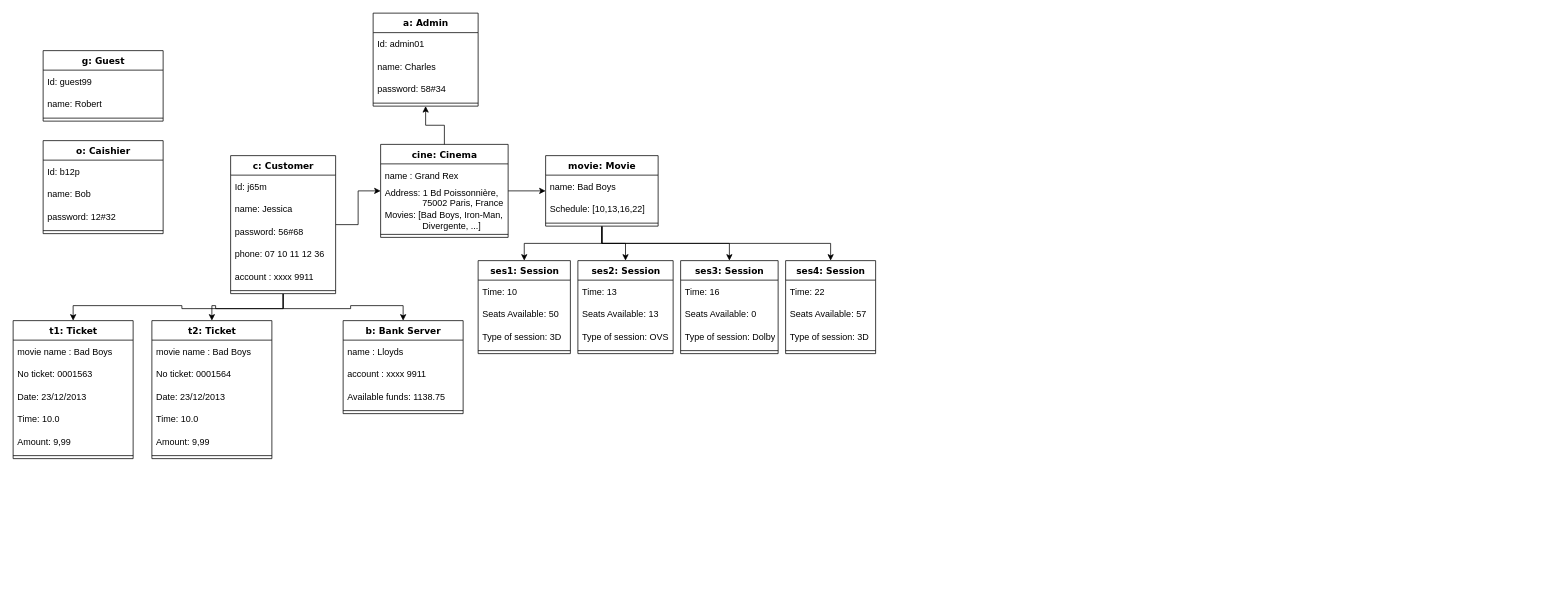
The draw.io diagram Diagramme object Movie Ticket Booking System.drawio in Melydgt/Draw-io-UML-England, before the edit. Source tidied: cells renumbered, new cells numbered last; positions are measured from the earlier drawing's top-left corner, leaving out a move shared by most shapes. Both pictures are drawn from the tidied source at 75%, with x=0, y=0 at pixel (13, 13).
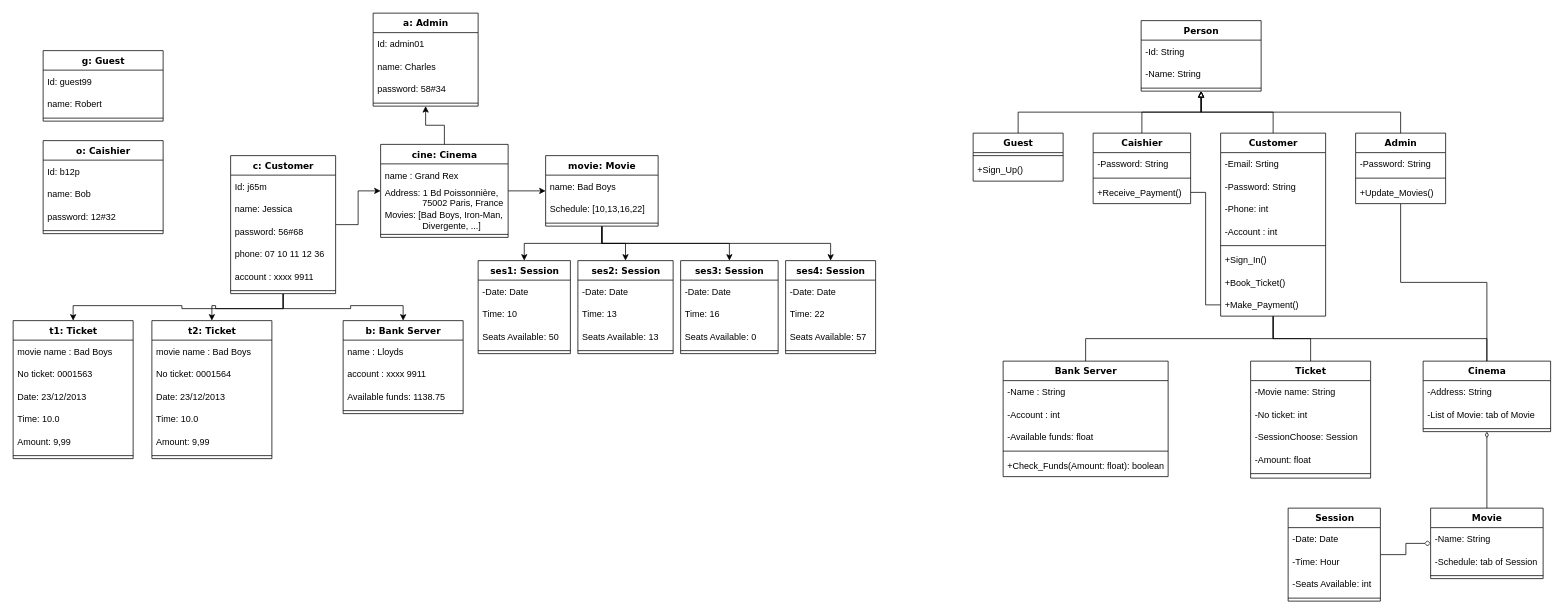
The same page after the edit.

Commit message (it also covers changes not shown here):
Mettre à jour Diagramme object Movie Ticket Booking System.drawio

Unchanged cells that the change refers to:
```xml
<mxCell id="56" value="ses1: Session" style="swimlane;html=1;fontStyle=1;align=center;verticalAlign=top;horizontal=1;startSize=26;swimlaneFillColor=#ffffff;rounded=0;shadow=0;comic=0;labelBackgroundColor=none;strokeWidth=1;fillColor=none;fontFamily=Verdana;fontSize=12;" parent="1" vertex="1">
  <mxGeometry x="620" y="330" width="123" height="124" as="geometry" />
</mxCell>
<mxCell id="66" value="ses2: Session" style="swimlane;html=1;fontStyle=1;align=center;verticalAlign=top;horizontal=1;startSize=26;swimlaneFillColor=#ffffff;rounded=0;shadow=0;comic=0;labelBackgroundColor=none;strokeWidth=1;fillColor=none;fontFamily=Verdana;fontSize=12;" parent="1" vertex="1">
  <mxGeometry x="753" y="330" width="127" height="124" as="geometry" />
</mxCell>
<mxCell id="71" value="ses3: Session" style="swimlane;html=1;fontStyle=1;align=center;verticalAlign=top;horizontal=1;startSize=26;swimlaneFillColor=#ffffff;rounded=0;shadow=0;comic=0;labelBackgroundColor=none;strokeWidth=1;fillColor=none;fontFamily=Verdana;fontSize=12;" parent="1" vertex="1">
  <mxGeometry x="890" y="330" width="130" height="124" as="geometry" />
</mxCell>
<mxCell id="76" value="ses4: Session" style="swimlane;html=1;fontStyle=1;align=center;verticalAlign=top;horizontal=1;startSize=26;swimlaneFillColor=#ffffff;rounded=0;shadow=0;comic=0;labelBackgroundColor=none;strokeWidth=1;fillColor=none;fontFamily=Verdana;fontSize=12;" parent="1" vertex="1">
  <mxGeometry x="1030" y="330" width="120" height="124" as="geometry" />
</mxCell>
```

Change to the diagram source:
```diff
@@
+    <mxCell id="81" value="-Date: Date" style="text;strokeColor=none;fillColor=none;align=left;verticalAlign=middle;spacingLeft=4;spacingRight=4;overflow=hidden;" parent="56" vertex="1">
+      <mxGeometry y="26" width="123" height="30" as="geometry" />
+    </mxCell>
     <mxCell id="57" value="Time: 10" style="text;strokeColor=none;fillColor=none;align=left;verticalAlign=middle;spacingLeft=4;spacingRight=4;overflow=hidden;" parent="56" vertex="1">
-      <mxGeometry y="26" width="123" height="30" as="geometry" />
+      <mxGeometry y="56" width="123" height="30" as="geometry" />
     </mxCell>
     <mxCell id="58" value="Seats Available: 50" style="text;strokeColor=none;fillColor=none;align=left;verticalAlign=middle;spacingLeft=4;spacingRight=4;overflow=hidden;" parent="56" vertex="1">
-      <mxGeometry y="56" width="123" height="30" as="geometry" />
+      <mxGeometry y="86" width="123" height="30" as="geometry" />
     </mxCell>
-    <mxCell id="59" value="Type of session: 3D" style="text;strokeColor=none;fillColor=none;align=left;verticalAlign=middle;spacingLeft=4;spacingRight=4;overflow=hidden;" parent="56" vertex="1">
-      <mxGeometry y="86" width="123" height="30" as="geometry" />
-    </mxCell>
@@
+    <mxCell id="69" value="-Date: Date" style="text;strokeColor=none;fillColor=none;align=left;verticalAlign=middle;spacingLeft=4;spacingRight=4;overflow=hidden;" parent="66" vertex="1">
+      <mxGeometry y="26" width="127" height="30" as="geometry" />
+    </mxCell>
     <mxCell id="67" value="Time: 13" style="text;strokeColor=none;fillColor=none;align=left;verticalAlign=middle;spacingLeft=4;spacingRight=4;overflow=hidden;" parent="66" vertex="1">
-      <mxGeometry y="26" width="127" height="30" as="geometry" />
+      <mxGeometry y="56" width="127" height="30" as="geometry" />
     </mxCell>
     <mxCell id="68" value="Seats Available: 13" style="text;strokeColor=none;fillColor=none;align=left;verticalAlign=middle;spacingLeft=4;spacingRight=4;overflow=hidden;" parent="66" vertex="1">
-      <mxGeometry y="56" width="127" height="30" as="geometry" />
+      <mxGeometry y="86" width="127" height="30" as="geometry" />
     </mxCell>
-    <mxCell id="69" value="Type of session: OVS" style="text;strokeColor=none;fillColor=none;align=left;verticalAlign=middle;spacingLeft=4;spacingRight=4;overflow=hidden;" parent="66" vertex="1">
-      <mxGeometry y="86" width="127" height="30" as="geometry" />
-    </mxCell>
@@
+    <mxCell id="74" value="-Date: Date" style="text;strokeColor=none;fillColor=none;align=left;verticalAlign=middle;spacingLeft=4;spacingRight=4;overflow=hidden;" parent="71" vertex="1">
+      <mxGeometry y="26" width="130" height="30" as="geometry" />
+    </mxCell>
     <mxCell id="72" value="Time: 16" style="text;strokeColor=none;fillColor=none;align=left;verticalAlign=middle;spacingLeft=4;spacingRight=4;overflow=hidden;" parent="71" vertex="1">
-      <mxGeometry y="26" width="130" height="30" as="geometry" />
+      <mxGeometry y="56" width="130" height="30" as="geometry" />
     </mxCell>
     <mxCell id="73" value="Seats Available: 0" style="text;strokeColor=none;fillColor=none;align=left;verticalAlign=middle;spacingLeft=4;spacingRight=4;overflow=hidden;" parent="71" vertex="1">
-      <mxGeometry y="56" width="130" height="30" as="geometry" />
+      <mxGeometry y="86" width="130" height="30" as="geometry" />
     </mxCell>
-    <mxCell id="74" value="Type of session: Dolby" style="text;strokeColor=none;fillColor=none;align=left;verticalAlign=middle;spacingLeft=4;spacingRight=4;overflow=hidden;" parent="71" vertex="1">
-      <mxGeometry y="86" width="130" height="30" as="geometry" />
-    </mxCell>
@@
+    <mxCell id="79" value="-Date: Date" style="text;strokeColor=none;fillColor=none;align=left;verticalAlign=middle;spacingLeft=4;spacingRight=4;overflow=hidden;" parent="76" vertex="1">
+      <mxGeometry y="26" width="120" height="30" as="geometry" />
+    </mxCell>
     <mxCell id="77" value="Time: 22" style="text;strokeColor=none;fillColor=none;align=left;verticalAlign=middle;spacingLeft=4;spacingRight=4;overflow=hidden;" parent="76" vertex="1">
-      <mxGeometry y="26" width="120" height="30" as="geometry" />
+      <mxGeometry y="56" width="120" height="30" as="geometry" />
     </mxCell>
     <mxCell id="78" value="Seats Available: 57" style="text;strokeColor=none;fillColor=none;align=left;verticalAlign=middle;spacingLeft=4;spacingRight=4;overflow=hidden;" parent="76" vertex="1">
-      <mxGeometry y="56" width="120" height="30" as="geometry" />
+      <mxGeometry y="86" width="120" height="30" as="geometry" />
     </mxCell>
-    <mxCell id="79" value="Type of session: 3D" style="text;strokeColor=none;fillColor=none;align=left;verticalAlign=middle;spacingLeft=4;spacingRight=4;overflow=hidden;" parent="76" vertex="1">
-      <mxGeometry y="86" width="120" height="30" as="geometry" />
-    </mxCell>
@@
+    <mxCell id="82" style="edgeStyle=elbowEdgeStyle;rounded=0;jettySize=auto;html=1;endArrow=none;endFill=0;elbow=vertical;" parent="1" edge="1" source="86" target="108">
+      <mxGeometry relative="1" as="geometry" />
+    </mxCell>
+    <mxCell id="83" style="edgeStyle=elbowEdgeStyle;rounded=0;jettySize=auto;html=1;endArrow=none;endFill=0;elbow=vertical;" parent="1" edge="1" source="86" target="95">
+      <mxGeometry relative="1" as="geometry" />
+    </mxCell>
+    <mxCell id="84" style="edgeStyle=elbowEdgeStyle;rounded=0;jettySize=auto;html=1;endArrow=block;endFill=0;elbow=vertical;" parent="1" edge="1" source="86" target="138">
+      <mxGeometry relative="1" as="geometry" />
+    </mxCell>
+    <mxCell id="85" style="edgeStyle=elbowEdgeStyle;rounded=0;jettySize=auto;html=1;entryX=1;entryY=0.5;entryDx=0;entryDy=0;strokeWidth=1;startArrow=none;startFill=0;endArrow=none;endFill=0;exitX=0;exitY=0.5;exitDx=0;exitDy=0;" parent="1" edge="1" source="94" target="137">
+      <mxGeometry relative="1" as="geometry" />
+    </mxCell>
+    <mxCell id="86" value="Customer" style="swimlane;html=1;fontStyle=1;align=center;verticalAlign=top;horizontal=1;startSize=26;swimlaneFillColor=#ffffff;rounded=0;shadow=0;comic=0;labelBackgroundColor=none;strokeWidth=1;fillColor=none;fontFamily=Verdana;fontSize=12;" parent="1" vertex="1">
+      <mxGeometry x="1610" y="160" width="140" height="244" as="geometry" />
+    </mxCell>
+    <mxCell id="87" value="-Email: Srting" style="text;strokeColor=none;fillColor=none;align=left;verticalAlign=middle;spacingLeft=4;spacingRight=4;overflow=hidden;" parent="86" vertex="1">
+      <mxGeometry y="26" width="140" height="30" as="geometry" />
+    </mxCell>
+    <mxCell id="88" value="-Password: String" style="text;strokeColor=none;fillColor=none;align=left;verticalAlign=middle;spacingLeft=4;spacingRight=4;overflow=hidden;" parent="86" vertex="1">
+      <mxGeometry y="56" width="140" height="30" as="geometry" />
+    </mxCell>
+    <mxCell id="89" value="-Phone: int" style="text;strokeColor=none;fillColor=none;align=left;verticalAlign=middle;spacingLeft=4;spacingRight=4;overflow=hidden;" parent="86" vertex="1">
+      <mxGeometry y="86" width="140" height="30" as="geometry" />
+    </mxCell>
+    <mxCell id="90" value="-Account : int" style="text;strokeColor=none;fillColor=none;align=left;verticalAlign=middle;spacingLeft=4;spacingRight=4;overflow=hidden;" parent="86" vertex="1">
+      <mxGeometry y="116" width="140" height="30" as="geometry" />
+    </mxCell>
+    <mxCell id="91" style="line;html=1;strokeWidth=1;fillColor=none;align=left;verticalAlign=middle;spacingTop=-1;spacingLeft=3;spacingRight=3;labelPosition=right;" parent="86" vertex="1">
+      <mxGeometry y="146" width="140" height="8" as="geometry" />
+    </mxCell>
+    <mxCell id="92" value="+Sign_In()" style="text;strokeColor=none;fillColor=none;align=left;verticalAlign=middle;spacingLeft=4;spacingRight=4;overflow=hidden;" parent="86" vertex="1">
+      <mxGeometry y="154" width="140" height="30" as="geometry" />
+    </mxCell>
+    <mxCell id="93" value="+Book_Ticket()" style="text;strokeColor=none;fillColor=none;align=left;verticalAlign=middle;spacingLeft=4;spacingRight=4;overflow=hidden;" parent="86" vertex="1">
+      <mxGeometry y="184" width="140" height="30" as="geometry" />
+    </mxCell>
+    <mxCell id="94" value="+Make_Payment()" style="text;strokeColor=none;fillColor=none;align=left;verticalAlign=middle;spacingLeft=4;spacingRight=4;overflow=hidden;points=[[0,0.5],[1,0.5]];portConstraint=eastwest;" parent="86" vertex="1">
+      <mxGeometry y="214" width="140" height="30" as="geometry" />
+    </mxCell>
+    <mxCell id="95" value="Ticket" style="swimlane;html=1;fontStyle=1;align=center;verticalAlign=top;horizontal=1;startSize=26;swimlaneFillColor=#ffffff;rounded=0;shadow=0;comic=0;labelBackgroundColor=none;strokeWidth=1;fillColor=none;fontFamily=Verdana;fontSize=12;" parent="1" vertex="1">
+      <mxGeometry x="1650" y="464" width="160" height="156" as="geometry" />
+    </mxCell>
+    <mxCell id="96" value="-Movie name: String" style="text;strokeColor=none;fillColor=none;align=left;verticalAlign=middle;spacingLeft=4;spacingRight=4;overflow=hidden;" parent="95" vertex="1">
+      <mxGeometry y="26" width="160" height="30" as="geometry" />
+    </mxCell>
+    <mxCell id="97" value="-No ticket: int" style="text;strokeColor=none;fillColor=none;align=left;verticalAlign=middle;spacingLeft=4;spacingRight=4;overflow=hidden;" parent="95" vertex="1">
+      <mxGeometry y="56" width="160" height="30" as="geometry" />
+    </mxCell>
+    <mxCell id="98" value="-SessionChoose: Session" style="text;strokeColor=none;fillColor=none;align=left;verticalAlign=middle;spacingLeft=4;spacingRight=4;overflow=hidden;" parent="95" vertex="1">
+      <mxGeometry y="86" width="160" height="30" as="geometry" />
+    </mxCell>
+    <mxCell id="99" value="-Amount: float" style="text;strokeColor=none;fillColor=none;align=left;verticalAlign=middle;spacingLeft=4;spacingRight=4;overflow=hidden;" parent="95" vertex="1">
+      <mxGeometry y="116" width="160" height="30" as="geometry" />
+    </mxCell>
+    <mxCell id="100" style="line;html=1;strokeWidth=1;fillColor=none;align=left;verticalAlign=middle;spacingTop=-1;spacingLeft=3;spacingRight=3;labelPosition=right;" parent="95" vertex="1">
+      <mxGeometry y="146" width="160" height="8" as="geometry" />
+    </mxCell>
+    <mxCell id="101" style="edgeStyle=elbowEdgeStyle;rounded=0;jettySize=auto;html=1;endArrow=none;endFill=0;elbow=vertical;" parent="1" edge="1" source="102" target="86">
+      <mxGeometry relative="1" as="geometry" />
+    </mxCell>
+    <mxCell id="102" value="Bank Server" style="swimlane;html=1;fontStyle=1;align=center;verticalAlign=top;horizontal=1;startSize=26;swimlaneFillColor=#ffffff;rounded=0;shadow=0;comic=0;labelBackgroundColor=none;strokeWidth=1;fillColor=none;fontFamily=Verdana;fontSize=12;" parent="1" vertex="1">
+      <mxGeometry x="1320" y="464" width="220" height="154" as="geometry" />
+    </mxCell>
+    <mxCell id="103" value="-Name : String" style="text;strokeColor=none;fillColor=none;align=left;verticalAlign=middle;spacingLeft=4;spacingRight=4;overflow=hidden;" parent="102" vertex="1">
+      <mxGeometry y="26" width="220" height="30" as="geometry" />
+    </mxCell>
+    <mxCell id="104" value="-Account : int" style="text;strokeColor=none;fillColor=none;align=left;verticalAlign=middle;spacingLeft=4;spacingRight=4;overflow=hidden;" parent="102" vertex="1">
+      <mxGeometry y="56" width="220" height="30" as="geometry" />
+    </mxCell>
+    <mxCell id="105" value="-Available funds: float" style="text;strokeColor=none;fillColor=none;align=left;verticalAlign=middle;spacingLeft=4;spacingRight=4;overflow=hidden;" parent="102" vertex="1">
+      <mxGeometry y="86" width="220" height="30" as="geometry" />
+    </mxCell>
+    <mxCell id="106" style="line;html=1;strokeWidth=1;fillColor=none;align=left;verticalAlign=middle;spacingTop=-1;spacingLeft=3;spacingRight=3;labelPosition=right;" parent="102" vertex="1">
+      <mxGeometry y="116" width="220" height="8" as="geometry" />
+    </mxCell>
+    <mxCell id="107" value="+Check_Funds(Amount: float): boolean" style="text;strokeColor=none;fillColor=none;align=left;verticalAlign=middle;spacingLeft=4;spacingRight=4;overflow=hidden;" parent="102" vertex="1">
+      <mxGeometry y="124" width="220" height="30" as="geometry" />
+    </mxCell>
+    <mxCell id="108" value="Cinema" style="swimlane;html=1;fontStyle=1;align=center;verticalAlign=top;horizontal=1;startSize=26;swimlaneFillColor=#ffffff;rounded=0;shadow=0;comic=0;labelBackgroundColor=none;strokeWidth=1;fillColor=none;fontFamily=Verdana;fontSize=12;" parent="1" vertex="1">
+      <mxGeometry x="1880" y="464" width="170" height="94" as="geometry" />
+    </mxCell>
+    <mxCell id="109" value="-Address: String" style="text;strokeColor=none;fillColor=none;align=left;verticalAlign=middle;spacingLeft=4;spacingRight=4;overflow=hidden;" parent="108" vertex="1">
+      <mxGeometry y="26" width="170" height="30" as="geometry" />
+    </mxCell>
+    <mxCell id="110" value="-List of Movie: tab of Movie" style="text;strokeColor=none;fillColor=none;align=left;verticalAlign=middle;spacingLeft=4;spacingRight=4;overflow=hidden;" parent="108" vertex="1">
+      <mxGeometry y="56" width="170" height="30" as="geometry" />
+    </mxCell>
+    <mxCell id="111" style="line;html=1;strokeWidth=1;fillColor=none;align=left;verticalAlign=middle;spacingTop=-1;spacingLeft=3;spacingRight=3;labelPosition=right;" parent="108" vertex="1">
+      <mxGeometry y="86" width="170" height="8" as="geometry" />
+    </mxCell>
+    <mxCell id="112" style="edgeStyle=elbowEdgeStyle;rounded=0;jettySize=auto;html=1;endArrow=block;endFill=0;elbow=vertical;" parent="1" edge="1" source="113" target="138">
+      <mxGeometry relative="1" as="geometry" />
+    </mxCell>
+    <mxCell id="113" value="Guest" style="swimlane;html=1;fontStyle=1;align=center;verticalAlign=top;horizontal=1;startSize=26;swimlaneFillColor=#ffffff;rounded=0;shadow=0;comic=0;labelBackgroundColor=none;strokeWidth=1;fillColor=none;fontFamily=Verdana;fontSize=12;" parent="1" vertex="1">
+      <mxGeometry x="1280" y="160" width="120" height="64" as="geometry" />
+    </mxCell>
+    <mxCell id="114" style="line;html=1;strokeWidth=1;fillColor=none;align=left;verticalAlign=middle;spacingTop=-1;spacingLeft=3;spacingRight=3;labelPosition=right;" parent="113" vertex="1">
+      <mxGeometry y="26" width="120" height="8" as="geometry" />
+    </mxCell>
+    <mxCell id="115" value="+Sign_Up()" style="text;strokeColor=none;fillColor=none;align=left;verticalAlign=middle;spacingLeft=4;spacingRight=4;overflow=hidden;" parent="113" vertex="1">
+      <mxGeometry y="34" width="120" height="30" as="geometry" />
+    </mxCell>
+    <mxCell id="116" style="edgeStyle=elbowEdgeStyle;rounded=0;jettySize=auto;html=1;endArrow=block;endFill=0;elbow=vertical;" parent="1" edge="1" source="118" target="138">
+      <mxGeometry relative="1" as="geometry" />
+    </mxCell>
+    <mxCell id="117" style="edgeStyle=elbowEdgeStyle;rounded=0;jettySize=auto;elbow=vertical;html=1;endArrow=none;endFill=0;" parent="1" edge="1" source="118" target="108">
+      <mxGeometry relative="1" as="geometry" />
+    </mxCell>
+    <mxCell id="118" value="Admin" style="swimlane;html=1;fontStyle=1;align=center;verticalAlign=top;horizontal=1;startSize=26;swimlaneFillColor=#ffffff;rounded=0;shadow=0;comic=0;labelBackgroundColor=none;strokeWidth=1;fillColor=none;fontFamily=Verdana;fontSize=12;" parent="1" vertex="1">
+      <mxGeometry x="1790" y="160" width="120" height="94" as="geometry" />
+    </mxCell>
+    <mxCell id="119" value="-Password: String" style="text;strokeColor=none;fillColor=none;align=left;verticalAlign=middle;spacingLeft=4;spacingRight=4;overflow=hidden;" parent="118" vertex="1">
+      <mxGeometry y="26" width="120" height="30" as="geometry" />
+    </mxCell>
+    <mxCell id="120" style="line;html=1;strokeWidth=1;fillColor=none;align=left;verticalAlign=middle;spacingTop=-1;spacingLeft=3;spacingRight=3;labelPosition=right;" parent="118" vertex="1">
+      <mxGeometry y="56" width="120" height="8" as="geometry" />
+    </mxCell>
+    <mxCell id="121" value="+Update_Movies()" style="text;strokeColor=none;fillColor=none;align=left;verticalAlign=middle;spacingLeft=4;spacingRight=4;overflow=hidden;" parent="118" vertex="1">
+      <mxGeometry y="64" width="120" height="30" as="geometry" />
+    </mxCell>
+    <mxCell id="122" style="rounded=0;jettySize=auto;html=1;endArrow=none;endFill=0;startArrow=diamond;startFill=0;edgeStyle=elbowEdgeStyle;" parent="1" edge="1" source="124" target="128">
+      <mxGeometry relative="1" as="geometry" />
+    </mxCell>
+    <mxCell id="123" style="edgeStyle=elbowEdgeStyle;rounded=0;jettySize=auto;html=1;startArrow=none;startFill=0;endArrow=diamondThin;endFill=0;strokeWidth=1;" parent="1" edge="1" source="124" target="108">
+      <mxGeometry relative="1" as="geometry" />
+    </mxCell>
+    <mxCell id="124" value="Movie" style="swimlane;html=1;fontStyle=1;align=center;verticalAlign=top;horizontal=1;startSize=26;swimlaneFillColor=#ffffff;rounded=0;shadow=0;comic=0;labelBackgroundColor=none;strokeWidth=1;fillColor=none;fontFamily=Verdana;fontSize=12;" parent="1" vertex="1">
+      <mxGeometry x="1890" y="660" width="150" height="94" as="geometry" />
+    </mxCell>
+    <mxCell id="125" value="-Name: String" style="text;strokeColor=none;fillColor=none;align=left;verticalAlign=middle;spacingLeft=4;spacingRight=4;overflow=hidden;" parent="124" vertex="1">
+      <mxGeometry y="26" width="150" height="30" as="geometry" />
+    </mxCell>
+    <mxCell id="126" value="-Schedule: tab of Session" style="text;strokeColor=none;fillColor=none;align=left;verticalAlign=middle;spacingLeft=4;spacingRight=4;overflow=hidden;" parent="124" vertex="1">
+      <mxGeometry y="56" width="150" height="30" as="geometry" />
+    </mxCell>
+    <mxCell id="127" style="line;html=1;strokeWidth=1;fillColor=none;align=left;verticalAlign=middle;spacingTop=-1;spacingLeft=3;spacingRight=3;labelPosition=right;" parent="124" vertex="1">
+      <mxGeometry y="86" width="150" height="8" as="geometry" />
+    </mxCell>
+    <mxCell id="128" value="Session" style="swimlane;html=1;fontStyle=1;align=center;verticalAlign=top;horizontal=1;startSize=26;swimlaneFillColor=#ffffff;rounded=0;shadow=0;comic=0;labelBackgroundColor=none;strokeWidth=1;fillColor=none;fontFamily=Verdana;fontSize=12;" parent="1" vertex="1">
+      <mxGeometry x="1700" y="660" width="123" height="124" as="geometry" />
+    </mxCell>
+    <mxCell id="129" value="-Date: Date" style="text;strokeColor=none;fillColor=none;align=left;verticalAlign=middle;spacingLeft=4;spacingRight=4;overflow=hidden;" parent="128" vertex="1">
+      <mxGeometry y="26" width="123" height="30" as="geometry" />
+    </mxCell>
+    <mxCell id="130" value="-Time: Hour" style="text;strokeColor=none;fillColor=none;align=left;verticalAlign=middle;spacingLeft=4;spacingRight=4;overflow=hidden;" parent="128" vertex="1">
+      <mxGeometry y="56" width="123" height="30" as="geometry" />
+    </mxCell>
+    <mxCell id="131" value="-Seats Available: int" style="text;strokeColor=none;fillColor=none;align=left;verticalAlign=middle;spacingLeft=4;spacingRight=4;overflow=hidden;" parent="128" vertex="1">
+      <mxGeometry y="86" width="123" height="30" as="geometry" />
+    </mxCell>
+    <mxCell id="132" style="line;html=1;strokeWidth=1;fillColor=none;align=left;verticalAlign=middle;spacingTop=-1;spacingLeft=3;spacingRight=3;labelPosition=right;" parent="128" vertex="1">
+      <mxGeometry y="116" width="123" height="8" as="geometry" />
+    </mxCell>
+    <mxCell id="133" style="rounded=0;jettySize=auto;html=1;endArrow=block;endFill=0;edgeStyle=elbowEdgeStyle;elbow=vertical;" parent="1" edge="1" source="134" target="138">
+      <mxGeometry relative="1" as="geometry" />
+    </mxCell>
+    <mxCell id="134" value="Caishier" style="swimlane;html=1;fontStyle=1;align=center;verticalAlign=top;horizontal=1;startSize=26;swimlaneFillColor=#ffffff;rounded=0;shadow=0;comic=0;labelBackgroundColor=none;strokeWidth=1;fillColor=none;fontFamily=Verdana;fontSize=12;" parent="1" vertex="1">
+      <mxGeometry x="1440" y="160" width="130" height="94" as="geometry" />
+    </mxCell>
+    <mxCell id="135" value="-Password: String" style="text;strokeColor=none;fillColor=none;align=left;verticalAlign=middle;spacingLeft=4;spacingRight=4;overflow=hidden;" parent="134" vertex="1">
+      <mxGeometry y="26" width="130" height="30" as="geometry" />
+    </mxCell>
+    <mxCell id="136" style="line;html=1;strokeWidth=1;fillColor=none;align=left;verticalAlign=middle;spacingTop=-1;spacingLeft=3;spacingRight=3;labelPosition=right;" parent="134" vertex="1">
+      <mxGeometry y="56" width="130" height="8" as="geometry" />
+    </mxCell>
+    <mxCell id="137" value="+Receive_Payment()" style="text;strokeColor=none;fillColor=none;align=left;verticalAlign=middle;spacingLeft=4;spacingRight=4;overflow=hidden;points=[[0,0.5],[1,0.5]];portConstraint=eastwest;" parent="134" vertex="1">
+      <mxGeometry y="64" width="130" height="30" as="geometry" />
+    </mxCell>
+    <mxCell id="138" value="Person" style="swimlane;html=1;fontStyle=1;align=center;verticalAlign=top;horizontal=1;startSize=26;swimlaneFillColor=#ffffff;rounded=0;shadow=0;comic=0;labelBackgroundColor=none;strokeWidth=1;fillColor=none;fontFamily=Verdana;fontSize=12;" parent="1" vertex="1">
+      <mxGeometry x="1504" y="10" width="160" height="94" as="geometry" />
+    </mxCell>
+    <mxCell id="139" value="-Id: String" style="text;strokeColor=none;fillColor=none;align=left;verticalAlign=middle;spacingLeft=4;spacingRight=4;overflow=hidden;" parent="138" vertex="1">
+      <mxGeometry y="26" width="160" height="30" as="geometry" />
+    </mxCell>
+    <mxCell id="140" value="-Name: String" style="text;strokeColor=none;fillColor=none;align=left;verticalAlign=middle;spacingLeft=4;spacingRight=4;overflow=hidden;" parent="138" vertex="1">
+      <mxGeometry y="56" width="160" height="30" as="geometry" />
+    </mxCell>
+    <mxCell id="141" style="line;html=1;strokeWidth=1;fillColor=none;align=left;verticalAlign=middle;spacingTop=-1;spacingLeft=3;spacingRight=3;labelPosition=right;" parent="138" vertex="1">
+      <mxGeometry y="86" width="160" height="8" as="geometry" />
+    </mxCell>
```
